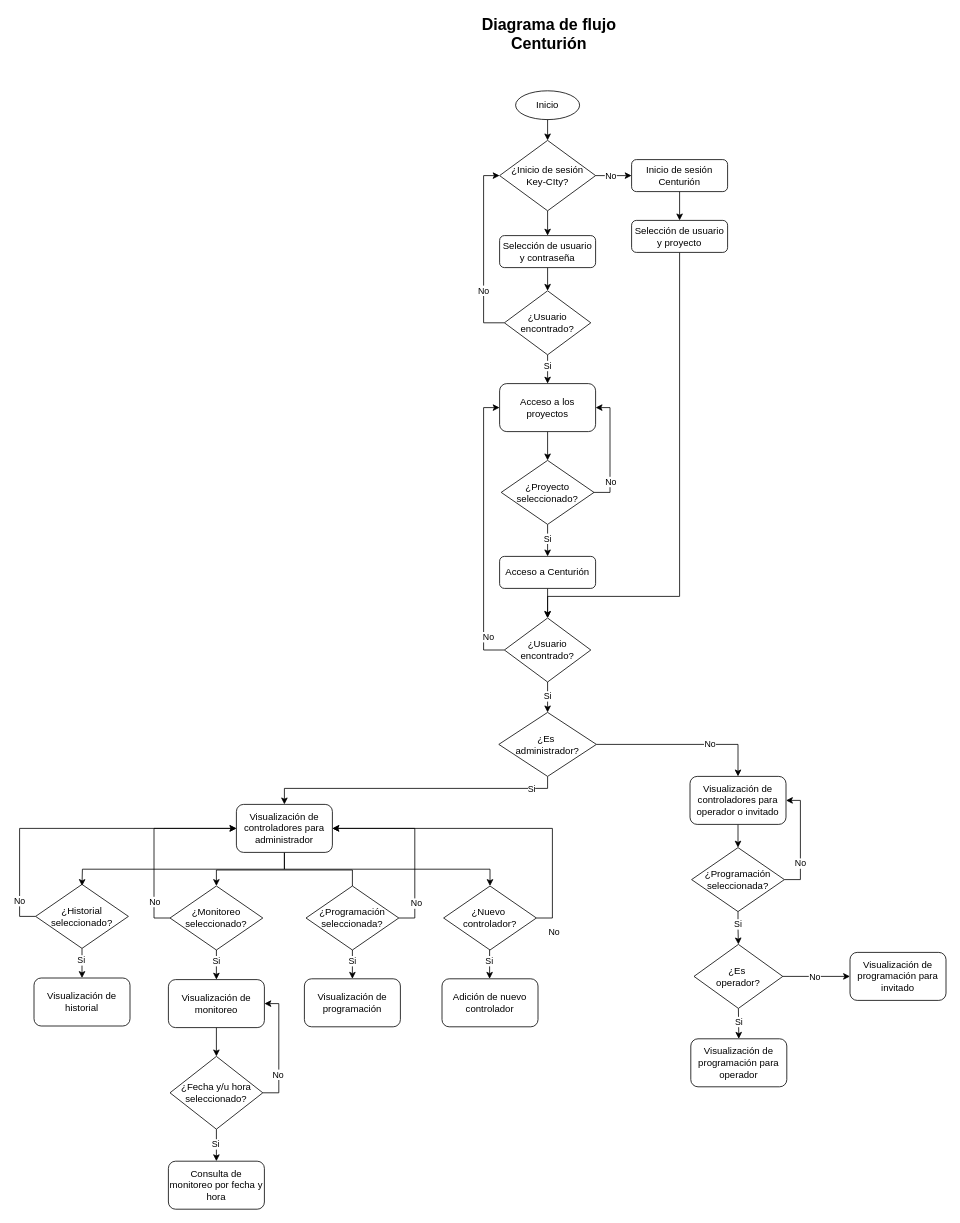
The draw.io diagram DiagramaFlujocen.drawio in ChirinosM/Prueba, before the edit. Source tidied: cells renumbered, new cells numbered last; positions are measured from the earlier drawing's top-left corner, leaving out a move shared by most shapes. Both pictures are drawn from the tidied source at 80%, with x=0, y=0 at pixel (34, 21).
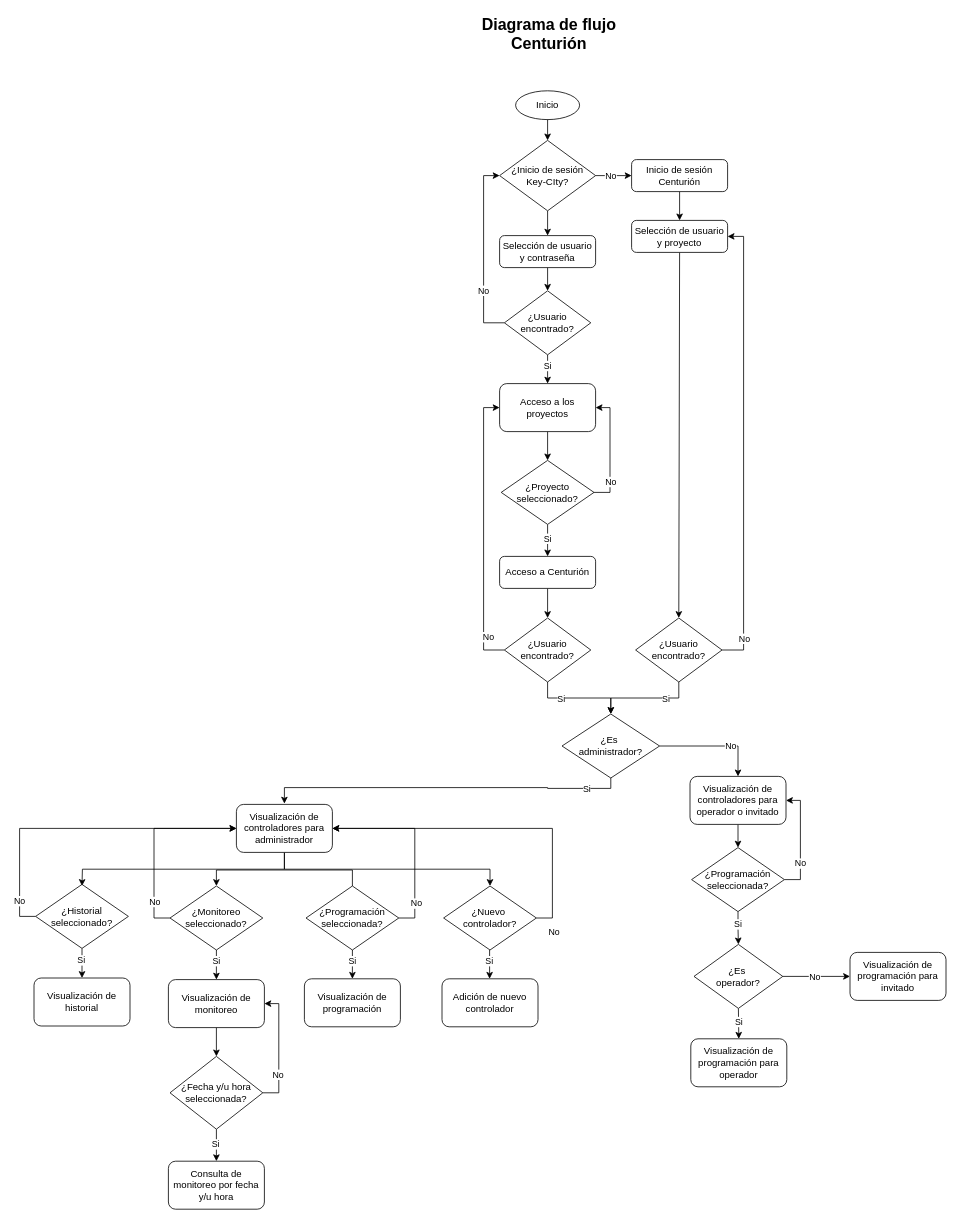
The same page after the edit.

Unchanged cells that the change refers to:
```xml
<mxCell id="6" value="Visualización de controladores para administrador" style="rounded=1;whiteSpace=wrap;html=1;" parent="1" vertex="1">
  <mxGeometry x="253" y="979" width="120" height="60" as="geometry" />
</mxCell>
<mxCell id="28" style="edgeStyle=orthogonalEdgeStyle;rounded=0;jettySize=auto;html=1;exitX=0.5;exitY=1;exitDx=0;exitDy=0;entryX=0.5;entryY=0;entryDx=0;entryDy=0;" parent="1" edge="1" source="30" target="59">
  <mxGeometry relative="1" as="geometry" />
</mxCell>
<mxCell id="30" value="¿Usuario encontrado?" style="rhombus;whiteSpace=wrap;html=1;" parent="1" vertex="1">
  <mxGeometry x="588" y="746" width="108" height="80" as="geometry" />
</mxCell>
<mxCell id="83" value="Selección de usuario y proyecto" style="rounded=1;whiteSpace=wrap;html=1;" parent="1" vertex="1">
  <mxGeometry x="747" y="249" width="120" height="40" as="geometry" />
</mxCell>
```

What changed in the source:
```diff
@@
-    <mxCell id="11" value="Consulta de monitoreo por fecha y hora" style="rounded=1;whiteSpace=wrap;html=1;" parent="1" vertex="1">
+    <mxCell id="11" value="Consulta de monitoreo por fecha y/u hora" style="rounded=1;whiteSpace=wrap;html=1;" parent="1" vertex="1">
       <mxGeometry x="168" y="1425" width="120" height="60" as="geometry" />
     </mxCell>
@@
     <mxCell id="29" value="Si" style="edgeLabel;html=1;align=center;verticalAlign=middle;" parent="28" vertex="1">
       <mxGeometry x="-0.08" y="-3" relative="1" as="geometry">
-        <mxPoint x="2" as="offset" />
+        <mxPoint x="-19" y="-3" as="offset" />
       </mxGeometry>
     </mxCell>
@@
-    <mxCell id="55" style="edgeStyle=orthogonalEdgeStyle;rounded=0;jettySize=auto;html=1;exitX=0.5;exitY=1;exitDx=0;exitDy=0;entryX=0.5;entryY=0;entryDx=0;entryDy=0;" parent="1" edge="1" target="6">
+    <mxCell id="55" style="edgeStyle=orthogonalEdgeStyle;rounded=0;orthogonalLoop=1;jettySize=auto;html=1;exitX=0.5;exitY=1;exitDx=0;exitDy=0;entryX=0.5;entryY=0;entryDx=0;entryDy=0;" parent="1" edge="1">
       <mxGeometry relative="1" as="geometry">
-        <mxPoint x="642" y="944" as="sourcePoint" />
+        <mxPoint x="721" y="945" as="sourcePoint" />
+        <mxPoint x="313" y="978" as="targetPoint" />
         <Array as="points">
+          <mxPoint x="721" y="959" />
           <mxPoint x="642" y="959" />
-          <mxPoint x="313" y="959" />
+          <mxPoint x="642" y="958" />
+          <mxPoint x="313" y="958" />
         </Array>
       </mxGeometry>
     </mxCell>
@@
     <mxCell id="59" value="¿Es&amp;nbsp;&lt;div&gt;administrador?&lt;/div&gt;" style="rhombus;whiteSpace=wrap;html=1;" parent="1" vertex="1">
-      <mxGeometry x="581" y="864" width="122" height="80" as="geometry" />
+      <mxGeometry x="660" y="866" width="122" height="80" as="geometry" />
     </mxCell>
@@
-    <mxCell id="76" value="¿Fecha y/u hora seleccionado?" style="rhombus;whiteSpace=wrap;html=1;" parent="1" vertex="1">
+    <mxCell id="76" value="¿Fecha y/u hora seleccionada?" style="rhombus;whiteSpace=wrap;html=1;" parent="1" vertex="1">
       <mxGeometry x="170" y="1294" width="116" height="91" as="geometry" />
     </mxCell>
@@
-    <mxCell id="82" style="edgeStyle=orthogonalEdgeStyle;rounded=0;jettySize=auto;html=1;exitX=0.5;exitY=1;exitDx=0;exitDy=0;entryX=0.5;entryY=0;entryDx=0;entryDy=0;" parent="1" edge="1" source="83" target="30">
+    <mxCell id="82" style="edgeStyle=orthogonalEdgeStyle;rounded=0;jettySize=auto;html=1;exitX=0.5;exitY=1;exitDx=0;exitDy=0;entryX=0.5;entryY=0;entryDx=0;entryDy=0;" parent="1" edge="1" source="83" target="93">
       <mxGeometry relative="1" as="geometry">
         <Array as="points">
-          <mxPoint x="807" y="719" />
-          <mxPoint x="642" y="719" />
+          <mxPoint x="807" y="746" />
         </Array>
       </mxGeometry>
     </mxCell>
@@
+    <mxCell id="89" style="edgeStyle=orthogonalEdgeStyle;rounded=0;jettySize=auto;html=1;exitX=0.5;exitY=1;exitDx=0;exitDy=0;entryX=0.5;entryY=0;entryDx=0;entryDy=0;" parent="1" edge="1" source="93" target="59">
+      <mxGeometry relative="1" as="geometry" />
+    </mxCell>
+    <mxCell id="90" value="Si" style="edgeLabel;html=1;align=center;verticalAlign=middle;" parent="89" vertex="1">
+      <mxGeometry x="-0.27" y="-3" relative="1" as="geometry">
+        <mxPoint x="9" y="3" as="offset" />
+      </mxGeometry>
+    </mxCell>
+    <mxCell id="91" style="edgeStyle=orthogonalEdgeStyle;rounded=0;jettySize=auto;html=1;exitX=1;exitY=0.5;exitDx=0;exitDy=0;entryX=1;entryY=0.5;entryDx=0;entryDy=0;" parent="1" edge="1" source="93" target="83">
+      <mxGeometry relative="1" as="geometry" />
+    </mxCell>
+    <mxCell id="92" value="No" style="edgeLabel;html=1;align=center;verticalAlign=middle;" parent="91" vertex="1">
+      <mxGeometry x="-0.85" relative="1" as="geometry" />
+    </mxCell>
+    <mxCell id="93" value="¿Usuario encontrado?" style="rhombus;whiteSpace=wrap;html=1;" parent="1" vertex="1">
+      <mxGeometry x="752" y="746" width="108" height="80" as="geometry" />
+    </mxCell>
```
